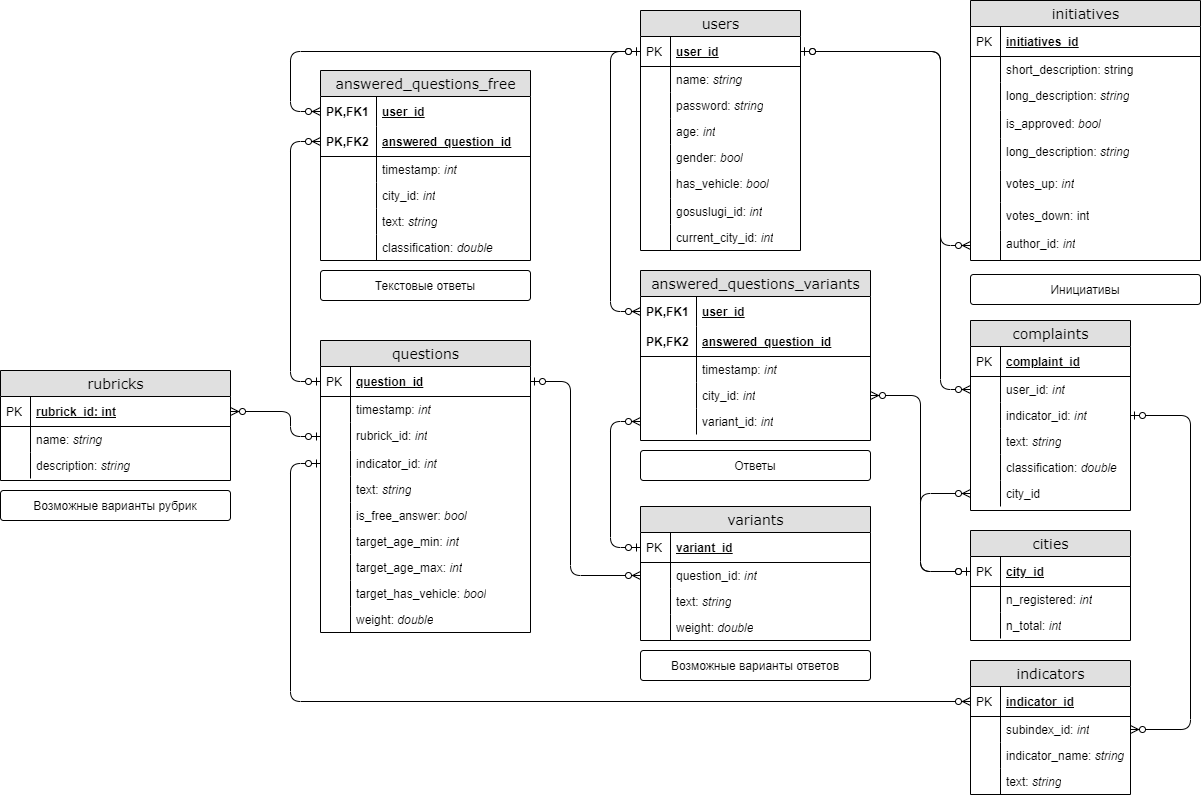
Earlier version of the draw.io export images/database.png (teslaistra/stali_smart_city). Source tidied: cells renumbered, new cells last; positions are measured from the earlier drawing's top-left corner, leaving out a move shared by most shapes.
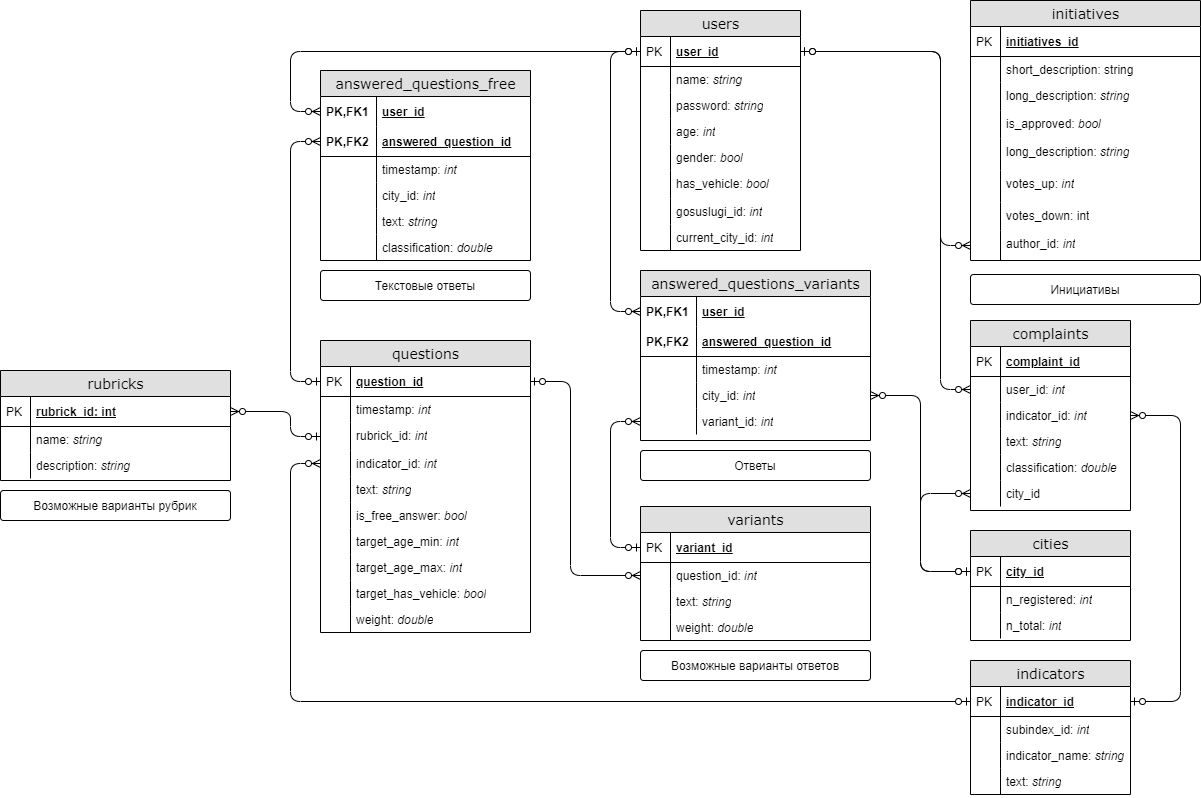
Later version of the same file.

What changed in the source:
```diff
@@ -383,16 +383,17 @@
     <mxCell id="111" style="shape=partialRectangle;top=0;left=0;bottom=0;html=1;fillColor=none;align=left;verticalAlign=top;spacingLeft=4;spacingRight=4;whiteSpace=wrap;overflow=hidden;" parent="110" vertex="1">
       <mxGeometry width="30" height="26" as="geometry" />
     </mxCell>
-    <mxCell id="112" style="html=1;endArrow=ERzeroToMany;startArrow=ERzeroToOne;labelBackgroundColor=none;fontFamily=Verdana;fontSize=14;entryX=1;entryY=0.5;entryDx=0;entryDy=0;edgeStyle=elbowEdgeStyle;exitX=1;exitY=0.5;exitDx=0;exitDy=0;" parent="1" edge="1" source="94" target="106">
+    <mxCell id="112" style="html=1;endArrow=ERzeroToMany;startArrow=ERzeroToOne;labelBackgroundColor=none;fontFamily=Verdana;fontSize=14;entryX=1;entryY=0.5;entryDx=0;entryDy=0;edgeStyle=elbowEdgeStyle;exitX=1;exitY=0.5;exitDx=0;exitDy=0;" parent="1" edge="1" source="104" target="94">
       <mxGeometry relative="1" as="geometry">
         <Array as="points">
+          <mxPoint x="1240" y="560" />
           <mxPoint x="1250" y="530" />
           <mxPoint x="630" y="350" />
           <mxPoint x="650" y="271" />
         </Array>
       </mxGeometry>
     </mxCell>
-    <mxCell id="113" style="html=1;endArrow=ERzeroToMany;startArrow=ERzeroToOne;labelBackgroundColor=none;fontFamily=Verdana;fontSize=14;entryX=0;entryY=0.5;entryDx=0;entryDy=0;edgeStyle=elbowEdgeStyle;exitX=0;exitY=0.5;exitDx=0;exitDy=0;" parent="1" edge="1" source="9" target="104">
+    <mxCell id="113" style="html=1;endArrow=ERzeroToMany;startArrow=ERzeroToOne;labelBackgroundColor=none;fontFamily=Verdana;fontSize=14;edgeStyle=elbowEdgeStyle;exitX=0;exitY=0.5;exitDx=0;exitDy=0;entryX=0;entryY=0.5;entryDx=0;entryDy=0;" parent="1" edge="1" source="104" target="9">
       <mxGeometry relative="1" as="geometry">
         <Array as="points">
           <mxPoint x="350" y="530" />
```
